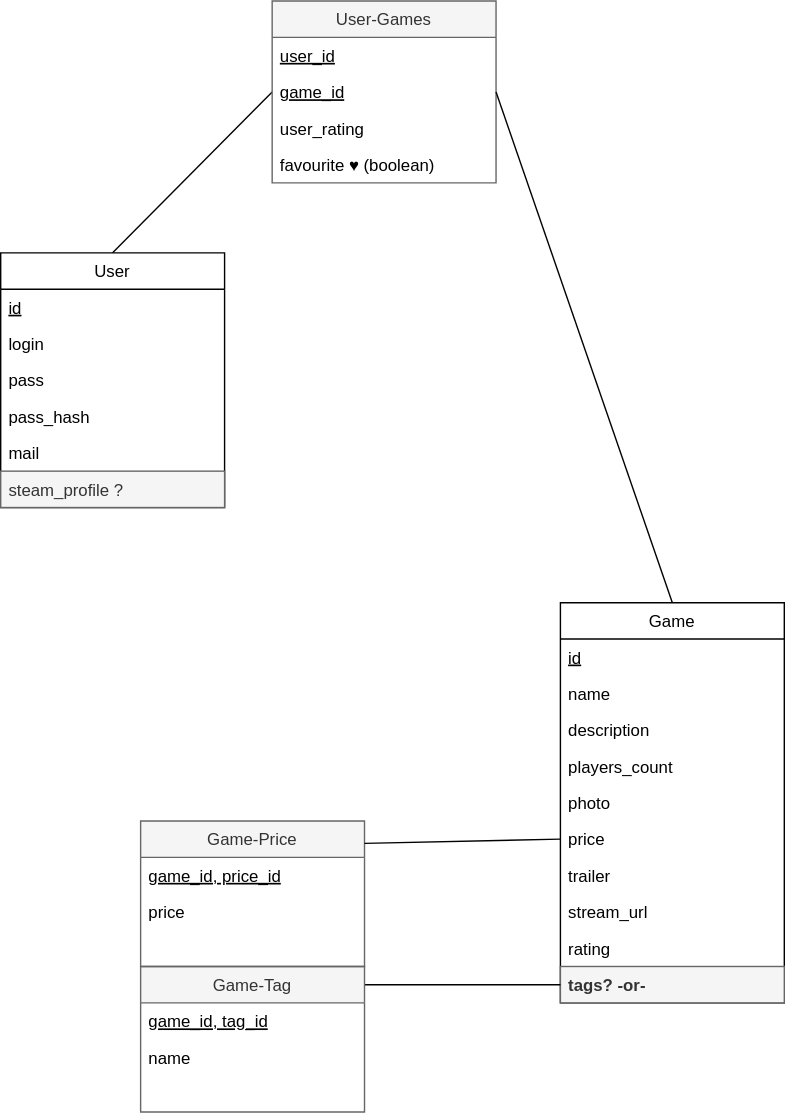
Above: Backend/data_base/db_model.drawio.svg in RoadToTheSun/GameCooker (draw.io), before the change. Source tidied: cells renumbered, new cells last; positions are measured from the earlier drawing's top-left corner, leaving out a move shared by most shapes.
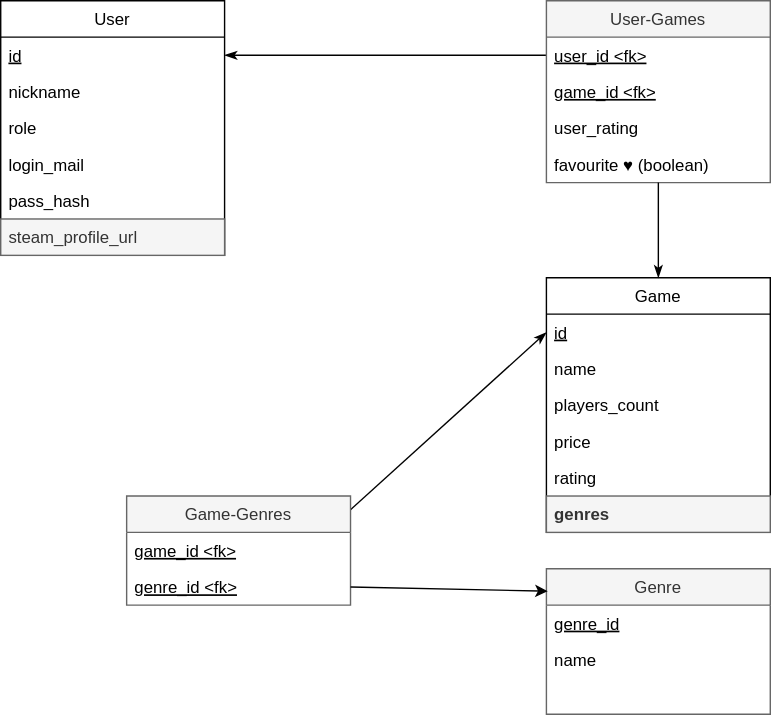
After the commit.

What changed in the source:
```diff
@@ -3,28 +3,28 @@
     <mxCell id="0" />
     <mxCell id="1" parent="0" />
     <mxCell id="2" value="User" style="swimlane;fontStyle=0;align=center;verticalAlign=top;horizontal=1;startSize=26;rounded=0;shadow=0;strokeWidth=1;" parent="1" vertex="1">
-      <mxGeometry y="180" width="160" height="182" as="geometry" />
+      <mxGeometry x="10" y="232" width="160" height="182" as="geometry" />
     </mxCell>
     <mxCell id="3" value="id" style="text;align=left;verticalAlign=top;spacingLeft=4;spacingRight=4;overflow=hidden;points=[[0,0.5],[1,0.5]];portConstraint=eastwest;rounded=0;shadow=0;html=0;fontStyle=4;" parent="2" vertex="1">
       <mxGeometry y="26" width="160" height="26" as="geometry" />
     </mxCell>
+    <mxCell id="35" value="nickname" style="text;align=left;verticalAlign=top;spacingLeft=4;spacingRight=4;overflow=hidden;rounded=0;shadow=0;html=0;fontStyle=0;" parent="2" vertex="1">
+      <mxGeometry y="52" width="160" height="26" as="geometry" />
+    </mxCell>
+    <mxCell id="36" value="role" style="text;align=left;verticalAlign=top;spacingLeft=4;spacingRight=4;overflow=hidden;rounded=0;shadow=0;html=0;fontStyle=0;" parent="2" vertex="1">
+      <mxGeometry y="78" width="160" height="26" as="geometry" />
+    </mxCell>
-    <mxCell id="4" value="login" style="text;align=left;verticalAlign=top;spacingLeft=4;spacingRight=4;overflow=hidden;rounded=0;shadow=0;html=0;" parent="2" vertex="1">
-      <mxGeometry y="52" width="160" height="26" as="geometry" />
+    <mxCell id="4" value="login_mail" style="text;align=left;verticalAlign=top;spacingLeft=4;spacingRight=4;overflow=hidden;rounded=0;shadow=0;html=0;" parent="2" vertex="1">
+      <mxGeometry y="104" width="160" height="26" as="geometry" />
     </mxCell>
-    <mxCell id="5" value="pass" style="text;align=left;verticalAlign=top;spacingLeft=4;spacingRight=4;overflow=hidden;rounded=0;shadow=0;html=0;" parent="2" vertex="1">
-      <mxGeometry y="78" width="160" height="26" as="geometry" />
-    </mxCell>
     <mxCell id="6" value="pass_hash" style="text;align=left;verticalAlign=top;spacingLeft=4;spacingRight=4;overflow=hidden;rounded=0;shadow=0;html=0;" parent="2" vertex="1">
-      <mxGeometry y="104" width="160" height="26" as="geometry" />
+      <mxGeometry y="130" width="160" height="26" as="geometry" />
     </mxCell>
-    <mxCell id="7" value="mail" style="text;align=left;verticalAlign=top;spacingLeft=4;spacingRight=4;overflow=hidden;" parent="2" vertex="1">
-      <mxGeometry y="130" width="160" height="26" as="geometry" />
-    </mxCell>
-    <mxCell id="8" value="steam_profile ?" style="text;align=left;verticalAlign=top;spacingLeft=4;spacingRight=4;overflow=hidden;fillColor=#f5f5f5;fontColor=#333333;strokeColor=#666666;" parent="2" vertex="1">
+    <mxCell id="8" value="steam_profile_url" style="text;align=left;verticalAlign=top;spacingLeft=4;spacingRight=4;overflow=hidden;fillColor=#f5f5f5;fontColor=#333333;strokeColor=#666666;" parent="2" vertex="1">
       <mxGeometry y="156" width="160" height="26" as="geometry" />
     </mxCell>
     <mxCell id="9" value="Game" style="swimlane;fontStyle=0;align=center;verticalAlign=top;horizontal=1;startSize=26;rounded=0;shadow=0;strokeWidth=1;" parent="1" vertex="1">
-      <mxGeometry x="400" y="430" width="160" height="286" as="geometry" />
+      <mxGeometry x="400" y="430" width="160" height="182" as="geometry" />
     </mxCell>
     <mxCell id="10" value="id" style="text;align=left;verticalAlign=top;spacingLeft=4;spacingRight=4;overflow=hidden;points=[[0,0.5],[1,0.5]];portConstraint=eastwest;fontStyle=4;" parent="9" vertex="1">
       <mxGeometry y="26" width="160" height="26" as="geometry" />
@@ -32,52 +32,40 @@
     <mxCell id="11" value="name" style="text;align=left;verticalAlign=top;spacingLeft=4;spacingRight=4;overflow=hidden;rounded=0;shadow=0;html=0;" parent="9" vertex="1">
       <mxGeometry y="52" width="160" height="26" as="geometry" />
     </mxCell>
-    <mxCell id="12" value="description" style="text;align=left;verticalAlign=top;spacingLeft=4;spacingRight=4;overflow=hidden;rounded=0;shadow=0;html=0;" parent="9" vertex="1">
-      <mxGeometry y="78" width="160" height="26" as="geometry" />
-    </mxCell>
     <mxCell id="13" value="players_count" style="text;align=left;verticalAlign=top;spacingLeft=4;spacingRight=4;overflow=hidden;rounded=0;shadow=0;html=0;" parent="9" vertex="1">
-      <mxGeometry y="104" width="160" height="26" as="geometry" />
+      <mxGeometry y="78" width="160" height="26" as="geometry" />
     </mxCell>
-    <mxCell id="14" value="photo" style="text;align=left;verticalAlign=top;spacingLeft=4;spacingRight=4;overflow=hidden;rounded=0;shadow=0;html=0;" parent="9" vertex="1">
-      <mxGeometry y="130" width="160" height="26" as="geometry" />
-    </mxCell>
     <mxCell id="15" value="price" style="text;align=left;verticalAlign=top;spacingLeft=4;spacingRight=4;overflow=hidden;points=[[0,0.5],[1,0.5]];portConstraint=eastwest;rounded=0;shadow=0;html=0;" parent="9" vertex="1">
-      <mxGeometry y="156" width="160" height="26" as="geometry" />
+      <mxGeometry y="104" width="160" height="26" as="geometry" />
     </mxCell>
-    <mxCell id="16" value="trailer" style="text;align=left;verticalAlign=top;spacingLeft=4;spacingRight=4;overflow=hidden;rounded=0;shadow=0;html=0;" parent="9" vertex="1">
-      <mxGeometry y="182" width="160" height="26" as="geometry" />
-    </mxCell>
-    <mxCell id="17" value="stream_url" style="text;align=left;verticalAlign=top;spacingLeft=4;spacingRight=4;overflow=hidden;rounded=0;shadow=0;html=0;" parent="9" vertex="1">
-      <mxGeometry y="208" width="160" height="26" as="geometry" />
-    </mxCell>
     <mxCell id="18" value="rating" style="text;align=left;verticalAlign=top;spacingLeft=4;spacingRight=4;overflow=hidden;rounded=0;shadow=0;html=0;" parent="9" vertex="1">
-      <mxGeometry y="234" width="160" height="26" as="geometry" />
+      <mxGeometry y="130" width="160" height="26" as="geometry" />
     </mxCell>
-    <mxCell id="19" value="tags? -or-" style="text;align=left;verticalAlign=top;spacingLeft=4;spacingRight=4;overflow=hidden;points=[[0,0.5],[1,0.5]];portConstraint=eastwest;rounded=0;shadow=0;html=0;fontStyle=1;fillColor=#f5f5f5;strokeColor=#666666;fontColor=#333333;" parent="9" vertex="1">
-      <mxGeometry y="260" width="160" height="26" as="geometry" />
+    <mxCell id="19" value="genres" style="text;align=left;verticalAlign=top;spacingLeft=4;spacingRight=4;overflow=hidden;points=[[0,0.5],[1,0.5]];portConstraint=eastwest;rounded=0;shadow=0;html=0;fontStyle=1;fillColor=#f5f5f5;strokeColor=#666666;fontColor=#333333;" parent="9" vertex="1">
+      <mxGeometry y="156" width="160" height="26" as="geometry" />
     </mxCell>
-    <mxCell id="20" style="rounded=0;jettySize=auto;html=1;endArrow=none;endFill=0;entryX=0;entryY=0.5;entryDx=0;entryDy=0;exitX=1;exitY=0.125;exitDx=0;exitDy=0;exitPerimeter=0;" parent="1" edge="1" source="21" target="19">
+    <mxCell id="20" style="rounded=0;jettySize=auto;html=1;endArrow=classicThin;endFill=1;entryX=0;entryY=0.5;entryDx=0;entryDy=0;exitX=1;exitY=0.125;exitDx=0;exitDy=0;exitPerimeter=0;" parent="1" edge="1" source="21" target="10">
       <mxGeometry relative="1" as="geometry" />
     </mxCell>
-    <mxCell id="21" value="Game-Tag" style="swimlane;fontStyle=0;align=center;verticalAlign=top;horizontal=1;startSize=26;rounded=0;shadow=0;strokeWidth=1;fillColor=#f5f5f5;fontColor=#333333;strokeColor=#666666;" parent="1" vertex="1">
-      <mxGeometry x="100" y="690" width="160" height="104" as="geometry" />
+    <mxCell id="21" value="Game-Genres" style="swimlane;fontStyle=0;align=center;verticalAlign=top;horizontal=1;startSize=26;rounded=0;shadow=0;strokeWidth=1;fillColor=#f5f5f5;fontColor=#333333;strokeColor=#666666;" parent="1" vertex="1">
+      <mxGeometry x="100" y="586" width="160" height="78" as="geometry" />
     </mxCell>
-    <mxCell id="22" value="game_id, tag_id" style="text;align=left;verticalAlign=top;spacingLeft=4;spacingRight=4;overflow=hidden;rounded=0;shadow=0;html=0;fontStyle=4;" parent="21" vertex="1">
+    <mxCell id="22" value="game_id &lt;fk&gt;" style="text;align=left;verticalAlign=top;spacingLeft=4;spacingRight=4;overflow=hidden;rounded=0;shadow=0;html=0;fontStyle=4;" parent="21" vertex="1">
       <mxGeometry y="26" width="160" height="26" as="geometry" />
     </mxCell>
-    <mxCell id="23" value="name" style="text;align=left;verticalAlign=top;spacingLeft=4;spacingRight=4;overflow=hidden;rounded=0;shadow=0;html=0;fontStyle=0;" parent="21" vertex="1">
-      <mxGeometry y="52" width="160" height="26" as="geometry" />
-    </mxCell>
+    <mxCell id="37" value="genre_id &lt;fk&gt;" style="text;align=left;verticalAlign=top;spacingLeft=4;spacingRight=4;overflow=hidden;points=[[0,0.5],[1,0.5]];portConstraint=eastwest;rounded=0;shadow=0;html=0;fontStyle=4;" parent="21" vertex="1">
+      <mxGeometry y="52" width="160" height="26" as="geometry" />
+    </mxCell>
-    <mxCell id="24" style="edgeStyle=none;rounded=0;jettySize=auto;html=1;entryX=0.5;entryY=0;entryDx=0;entryDy=0;endArrow=none;endFill=0;exitX=0;exitY=0.5;exitDx=0;exitDy=0;" parent="1" edge="1" source="27" target="2">
+    <mxCell id="24" style="edgeStyle=none;rounded=0;jettySize=auto;html=1;entryX=1;entryY=0.5;entryDx=0;entryDy=0;endArrow=classicThin;endFill=1;exitX=0;exitY=0.5;exitDx=0;exitDy=0;" parent="1" edge="1" source="26" target="3">
       <mxGeometry relative="1" as="geometry" />
     </mxCell>
     <mxCell id="25" value="User-Games" style="swimlane;fontStyle=0;align=center;verticalAlign=top;horizontal=1;startSize=26;rounded=0;shadow=0;strokeWidth=1;fillColor=#f5f5f5;fontColor=#333333;strokeColor=#666666;" parent="1" vertex="1">
-      <mxGeometry x="194" width="160" height="130" as="geometry" />
+      <mxGeometry x="400" y="232" width="160" height="130" as="geometry" />
     </mxCell>
-    <mxCell id="26" value="user_id" style="text;align=left;verticalAlign=top;spacingLeft=4;spacingRight=4;overflow=hidden;points=[[0,0.5],[1,0.5]];portConstraint=eastwest;rounded=0;shadow=0;html=0;fontStyle=4;" parent="25" vertex="1">
+    <mxCell id="26" value="user_id &lt;fk&gt;" style="text;align=left;verticalAlign=top;spacingLeft=4;spacingRight=4;overflow=hidden;points=[[0,0.5],[1,0.5]];portConstraint=eastwest;rounded=0;shadow=0;html=0;fontStyle=4;" parent="25" vertex="1">
       <mxGeometry y="26" width="160" height="26" as="geometry" />
     </mxCell>
-    <mxCell id="27" value="game_id" style="text;align=left;verticalAlign=top;spacingLeft=4;spacingRight=4;overflow=hidden;points=[[0,0.5],[1,0.5]];portConstraint=eastwest;rounded=0;shadow=0;html=0;fontStyle=4;" parent="25" vertex="1">
+    <mxCell id="27" value="game_id &lt;fk&gt;" style="text;align=left;verticalAlign=top;spacingLeft=4;spacingRight=4;overflow=hidden;points=[[0,0.5],[1,0.5]];portConstraint=eastwest;rounded=0;shadow=0;html=0;fontStyle=4;" parent="25" vertex="1">
       <mxGeometry y="52" width="160" height="26" as="geometry" />
     </mxCell>
     <mxCell id="28" value="user_rating" style="text;align=left;verticalAlign=top;spacingLeft=4;spacingRight=4;overflow=hidden;rounded=0;shadow=0;html=0;" parent="25" vertex="1">
@@ -86,20 +74,20 @@
     <mxCell id="29" value="favourite ♥ (boolean)" style="text;align=left;verticalAlign=top;spacingLeft=4;spacingRight=4;overflow=hidden;points=[[0,0.5],[1,0.5]];portConstraint=eastwest;rounded=0;shadow=0;html=0;" parent="25" vertex="1">
       <mxGeometry y="104" width="160" height="26" as="geometry" />
     </mxCell>
-    <mxCell id="30" style="edgeStyle=none;rounded=0;jettySize=auto;html=1;exitX=1;exitY=0.5;exitDx=0;exitDy=0;entryX=0.5;entryY=0;entryDx=0;entryDy=0;endArrow=none;endFill=0;" parent="1" edge="1" source="27" target="9">
-      <mxGeometry relative="1" as="geometry" />
-    </mxCell>
-    <mxCell id="31" value="Game-Price" style="swimlane;fontStyle=0;align=center;verticalAlign=top;horizontal=1;startSize=26;rounded=0;shadow=0;strokeWidth=1;fillColor=#f5f5f5;fontColor=#333333;strokeColor=#666666;" parent="1" vertex="1">
-      <mxGeometry x="100" y="586" width="160" height="104" as="geometry" />
-    </mxCell>
-    <mxCell id="32" value="game_id, price_id" style="text;align=left;verticalAlign=top;spacingLeft=4;spacingRight=4;overflow=hidden;rounded=0;shadow=0;html=0;fontStyle=4;" parent="31" vertex="1">
-      <mxGeometry y="26" width="160" height="26" as="geometry" />
-    </mxCell>
-    <mxCell id="33" value="price" style="text;align=left;verticalAlign=top;spacingLeft=4;spacingRight=4;overflow=hidden;rounded=0;shadow=0;html=0;fontStyle=0;" parent="31" vertex="1">
-      <mxGeometry y="52" width="160" height="26" as="geometry" />
-    </mxCell>
-    <mxCell id="34" style="edgeStyle=none;rounded=0;jettySize=auto;html=1;exitX=0;exitY=0.5;exitDx=0;exitDy=0;entryX=1;entryY=0.154;entryDx=0;entryDy=0;entryPerimeter=0;endArrow=none;endFill=0;" parent="1" edge="1" source="15" target="31">
-      <mxGeometry relative="1" as="geometry" />
-    </mxCell>
+    <mxCell id="38" style="edgeStyle=none;rounded=0;jettySize=auto;html=1;entryX=0.5;entryY=0;entryDx=0;entryDy=0;endArrow=classicThin;endFill=1;" parent="1" edge="1" source="29" target="9">
+      <mxGeometry relative="1" as="geometry" />
+    </mxCell>
+    <mxCell id="39" value="Genre" style="swimlane;fontStyle=0;align=center;verticalAlign=top;horizontal=1;startSize=26;rounded=0;shadow=0;strokeWidth=1;fillColor=#f5f5f5;fontColor=#333333;strokeColor=#666666;" parent="1" vertex="1">
+      <mxGeometry x="400" y="638" width="160" height="104" as="geometry" />
+    </mxCell>
+    <mxCell id="40" value="genre_id" style="text;align=left;verticalAlign=top;spacingLeft=4;spacingRight=4;overflow=hidden;rounded=0;shadow=0;html=0;fontStyle=4;" parent="39" vertex="1">
+      <mxGeometry y="26" width="160" height="26" as="geometry" />
+    </mxCell>
+    <mxCell id="23" value="name" style="text;align=left;verticalAlign=top;spacingLeft=4;spacingRight=4;overflow=hidden;rounded=0;shadow=0;html=0;fontStyle=0;" parent="39" vertex="1">
+      <mxGeometry y="52" width="160" height="26" as="geometry" />
+    </mxCell>
+    <mxCell id="41" style="rounded=0;jettySize=auto;html=1;exitX=1;exitY=0.5;exitDx=0;exitDy=0;entryX=0.006;entryY=0.154;entryDx=0;entryDy=0;entryPerimeter=0;" parent="1" edge="1" source="37" target="39">
+      <mxGeometry relative="1" as="geometry" />
+    </mxCell>
   </root>
 </mxGraphModel>
```
